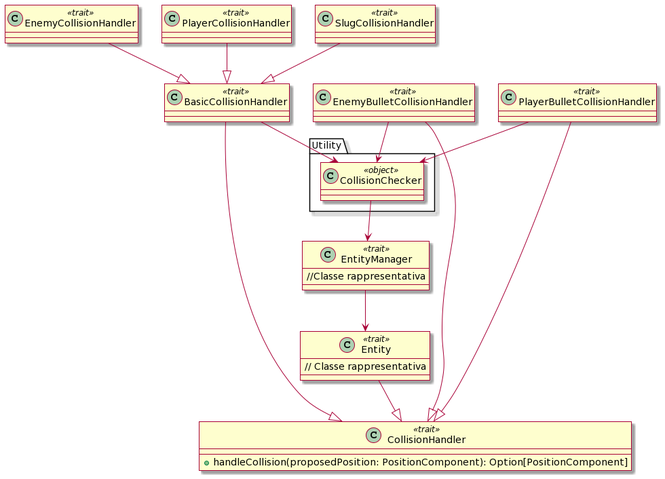
This is docs/img/Collisioni.png from MarzoliLeo/PPS-22-MetalScala3, a PlantUML export, as it was before one commit.
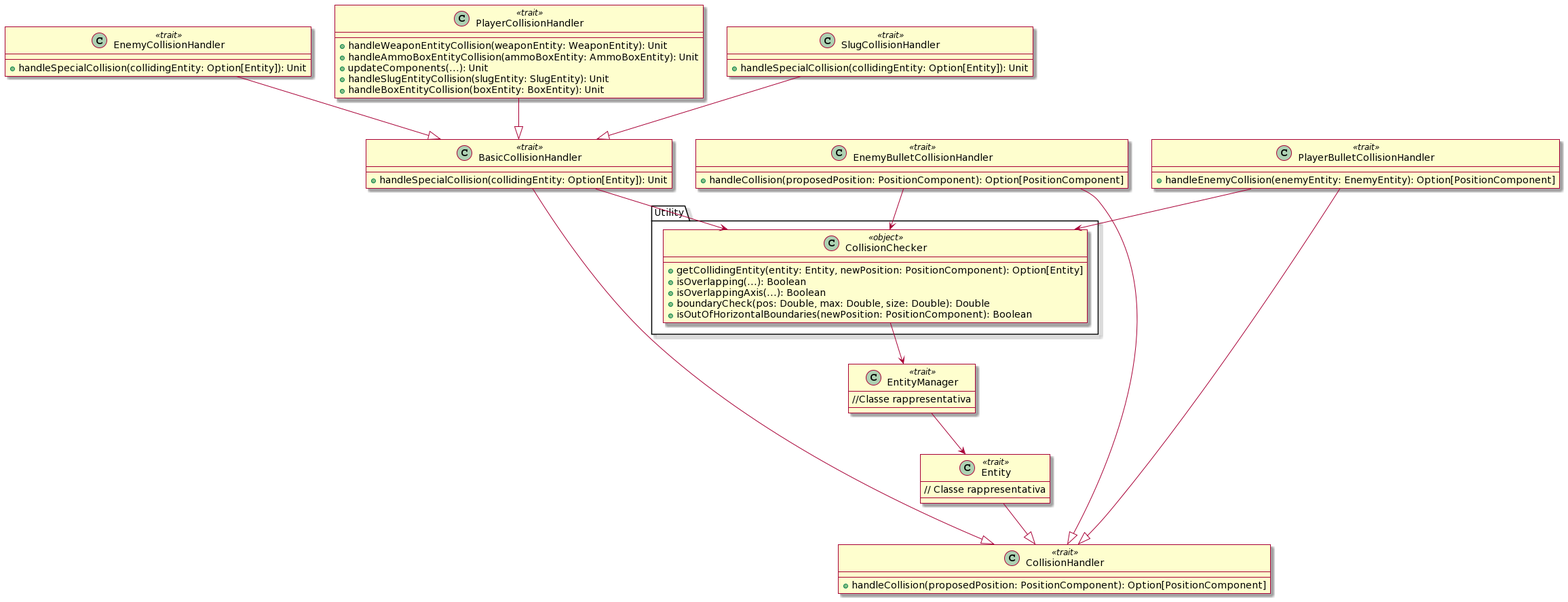
The same file after the commit.

What changed in the source:
```diff
@@ -14,21 +14,43 @@
     +handleCollision(proposedPosition: PositionComponent): Option[PositionComponent]
   }
 
-  class BasicCollisionHandler <<trait>>
+  class BasicCollisionHandler <<trait>>{
+    +handleSpecialCollision(collidingEntity: Option[Entity]): Unit
+  }
 
-  class EnemyBulletCollisionHandler <<trait>>
+  class EnemyBulletCollisionHandler <<trait>>{
+    +handleCollision(proposedPosition: PositionComponent): Option[PositionComponent]
+  }
 
-  class EnemyCollisionHandler <<trait>>
+  class EnemyCollisionHandler <<trait>> {
+   +handleSpecialCollision(collidingEntity: Option[Entity]): Unit
+  }
 
-  class PlayerBulletCollisionHandler <<trait>>
+  class PlayerBulletCollisionHandler <<trait>>{
+    +handleEnemyCollision(enemyEntity: EnemyEntity): Option[PositionComponent]
+  }
 
-  class PlayerCollisionHandler <<trait>>
+  class PlayerCollisionHandler <<trait>> {
+    +handleWeaponEntityCollision(weaponEntity: WeaponEntity): Unit
+    +handleAmmoBoxEntityCollision(ammoBoxEntity: AmmoBoxEntity): Unit
+    +updateComponents(...): Unit
+    +handleSlugEntityCollision(slugEntity: SlugEntity): Unit
+    +handleBoxEntityCollision(boxEntity: BoxEntity): Unit
+  }
 
-  class SlugCollisionHandler <<trait>>
+  class SlugCollisionHandler <<trait>> {
+    +handleSpecialCollision(collidingEntity: Option[Entity]): Unit
+  }
 
 
 package "Utility" {
-  class CollisionChecker <<object>>
+  class CollisionChecker <<object>> {
+    +getCollidingEntity(entity: Entity, newPosition: PositionComponent): Option[Entity]
+    +isOverlapping(...): Boolean
+    +isOverlappingAxis(...): Boolean
+    +boundaryCheck(pos: Double, max: Double, size: Double): Double
+    +isOutOfHorizontalBoundaries(newPosition: PositionComponent): Boolean
+    }
 }
 
 BasicCollisionHandler --|> CollisionHandler
```
